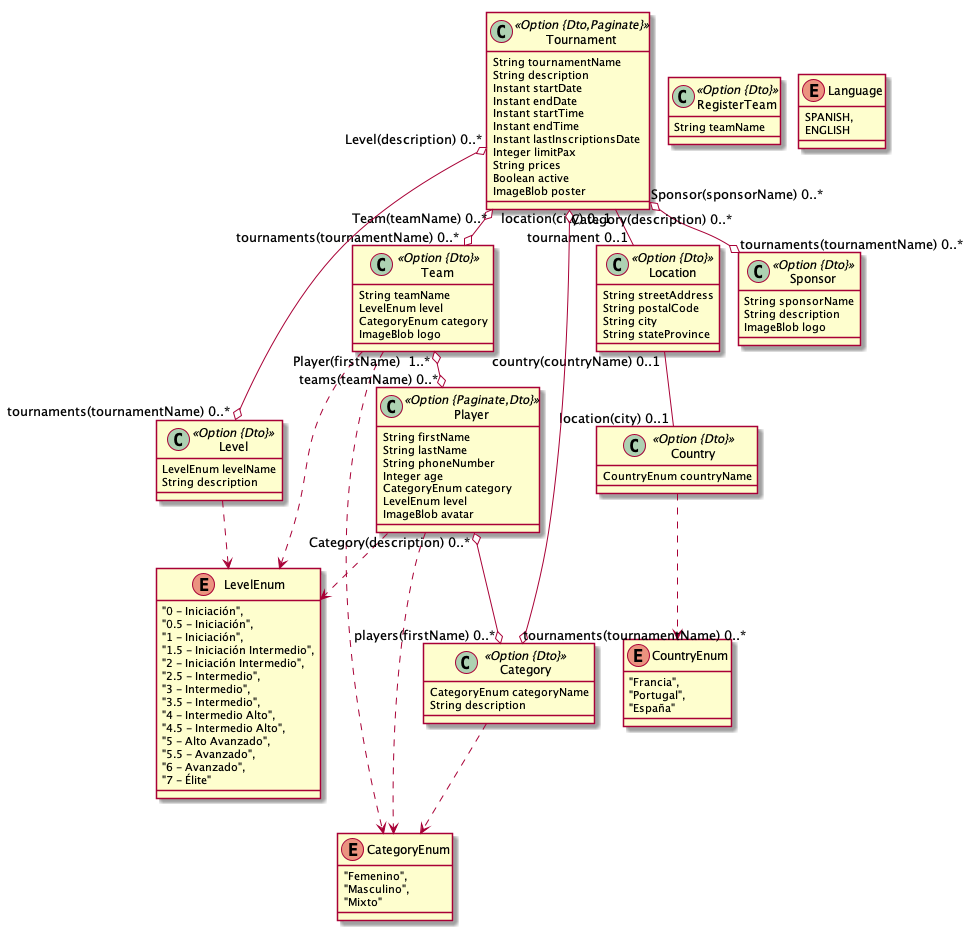
Above: padel-tm-app-gpt.png in jjsanbra/padelTMApp (PlantUML), before the change. Its diagram source:
```plantuml
@startuml
	!pragma layout smetana
	!pragma syntax class
	class Tournament <<Option {Dto,Paginate}>> {
		String tournamentName
		String description
		Instant startDate
		Instant endDate
		Instant startTime
		Instant endTime
		Instant lastInscriptionsDate
		Integer limitPax
		String prices
		Boolean active
		ImageBlob poster
	}
	class Player <<Option {Paginate,Dto}>> {
		String firstName
		String lastName
		String phoneNumber
		Integer age
		CategoryEnum category
		LevelEnum level
		ImageBlob avatar
	}
	Player ..> CategoryEnum
	Player ..> LevelEnum
	class Team <<Option {Dto}>> {
		String teamName
		LevelEnum level
		CategoryEnum category
		ImageBlob logo
	}
	Team ..> LevelEnum
	Team ..> CategoryEnum
	class RegisterTeam <<Option {Dto}>> {
		String teamName
	}
	class Location <<Option {Dto}>> {
		String streetAddress
		String postalCode
		String city
		String stateProvince
	}
	class Country <<Option {Dto}>> {
		CountryEnum countryName
	}
	Country ..> CountryEnum
	class Category <<Option {Dto}>> {
		CategoryEnum categoryName
		String description
	}
	Category ..> CategoryEnum
	class Level <<Option {Dto}>> {
		LevelEnum levelName
		String description
	}
	Level ..> LevelEnum
	class Sponsor <<Option {Dto}>> {
		String sponsorName
		String description
		ImageBlob logo
	}
	enum Language {
		SPANISH,
		ENGLISH
	}
	enum LevelEnum {
		"0 - Iniciación",
		"0.5 - Iniciación",
		"1 - Iniciación",
		"1.5 - Iniciación Intermedio",
		"2 - Iniciación Intermedio",
		"2.5 - Intermedio",
		"3 - Intermedio",
		"3.5 - Intermedio",
		"4 - Intermedio Alto",
		"4.5 - Intermedio Alto",
		"5 - Alto Avanzado",
		"5.5 - Avanzado",
		"6 - Avanzado",
		"7 - Élite"
	}
	enum CategoryEnum {
		"Femenino",
		"Masculino",
		"Mixto"
	}
	enum CountryEnum {
		"Francia",
		"Portugal",
		"España"
	}
	Tournament  "location(city) 0..1 " -- "tournament 0..1 "  Location
	Location  "country(countryName) 0..1 " -- "location(city) 0..1 "  Country
	Tournament  "Sponsor(sponsorName) 0..* " o--o "tournaments(tournamentName) 0..* "  Sponsor
	Tournament  "Team(teamName) 0..* " o--o "tournaments(tournamentName) 0..* "  Team
	Tournament  "Category(description) 0..* " o--o "tournaments(tournamentName) 0..* "  Category
	Tournament  "Level(description) 0..* " o--o "tournaments(tournamentName) 0..* "  Level
	Team  "Player(firstName)  1..* " o--o "teams(teamName) 0..* "  Player
	Player  "Category(description) 0..* " o--o "players(firstName) 0..* "  Category
@enduml
```
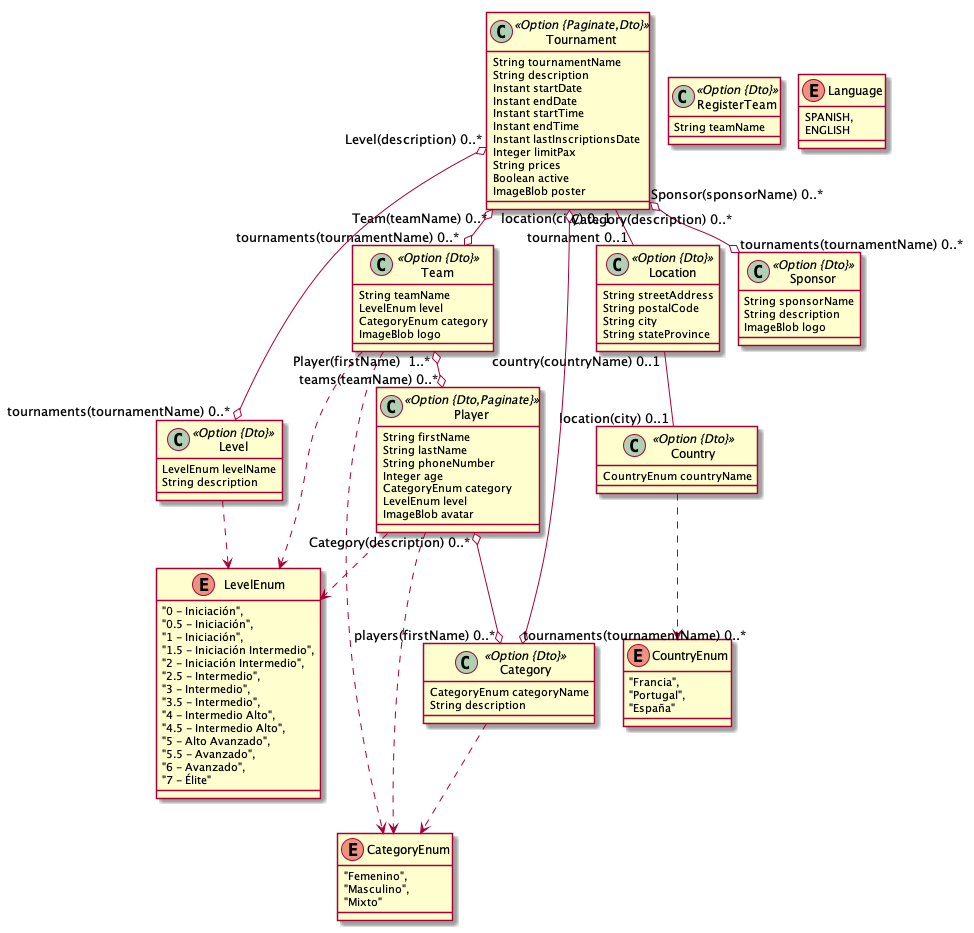
The same diagram one commit later.

What changed in the source:
```diff
@@ -1,7 +1,7 @@
 @startuml
 	!pragma layout smetana
 	!pragma syntax class
-	class Tournament <<Option {Dto,Paginate}>> {
+	class Tournament <<Option {Paginate,Dto}>> {
 		String tournamentName
 		String description
 		Instant startDate
@@ -14,7 +14,7 @@
 		Boolean active
 		ImageBlob poster
 	}
-	class Player <<Option {Paginate,Dto}>> {
+	class Player <<Option {Dto,Paginate}>> {
 		String firstName
 		String lastName
 		String phoneNumber
```
